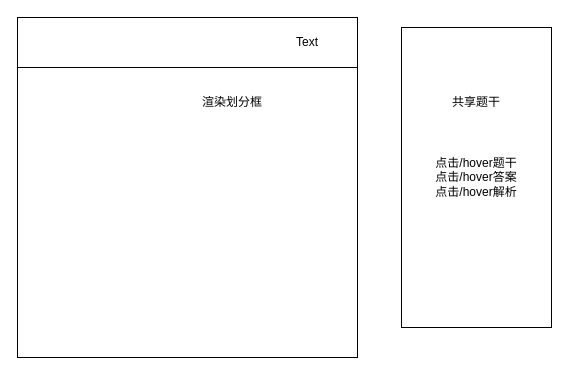
cychenyao/test keeps this draw.io diagram as 未命名绘图.drawio. Above is the earlier version. Source tidied: cells renumbered, new cells numbered last; positions are measured from the earlier drawing's top-left corner, leaving out a move shared by most shapes. Both pictures are drawn from the tidied source at 100%, with x=0, y=0 at pixel (17, 17).
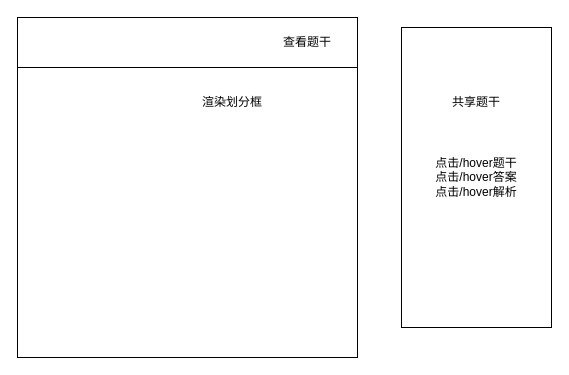
The same diagram, later.

Commit message:
pdf补答案解析.drawio

Change to the diagram source:
```diff
@@
 <mxGraphModel>
   <root>
     <mxCell id="0" />
     <mxCell id="1" parent="0" />
     <mxCell id="2" value="点击/hover题干&lt;div&gt;点击/hover答案&lt;/div&gt;&lt;div&gt;点击/hover解析&lt;/div&gt;" style="rounded=0;whiteSpace=wrap;html=1;" parent="1" vertex="1">
       <mxGeometry x="384" y="10" width="150" height="300" as="geometry" />
     </mxCell>
     <mxCell id="3" style="rounded=0;whiteSpace=wrap;html=1;" parent="1" vertex="1">
       <mxGeometry y="50" width="340" height="290" as="geometry" />
     </mxCell>
     <mxCell id="4" value="渲染划分框" style="text;html=1;whiteSpace=wrap;strokeColor=none;fillColor=none;align=center;verticalAlign=middle;rounded=0;" parent="1" vertex="1">
       <mxGeometry x="170" y="70" width="90" height="30" as="geometry" />
     </mxCell>
     <mxCell id="5" value="共享题干" style="text;html=1;whiteSpace=wrap;strokeColor=none;fillColor=none;align=center;verticalAlign=middle;rounded=0;" parent="1" vertex="1">
       <mxGeometry x="414" y="70" width="90" height="30" as="geometry" />
     </mxCell>
     <mxCell id="6" style="rounded=0;whiteSpace=wrap;html=1;" parent="1" vertex="1">
       <mxGeometry width="340" height="50" as="geometry" />
     </mxCell>
-    <mxCell id="7" value="Text" style="text;html=1;whiteSpace=wrap;strokeColor=none;fillColor=none;align=center;verticalAlign=middle;rounded=0;" parent="1" vertex="1">
+    <mxCell id="7" value="查看题干" style="text;html=1;whiteSpace=wrap;strokeColor=none;fillColor=none;align=center;verticalAlign=middle;rounded=0;" parent="1" vertex="1">
       <mxGeometry x="260" y="10" width="60" height="30" as="geometry" />
     </mxCell>
   </root>
 </mxGraphModel>
```
